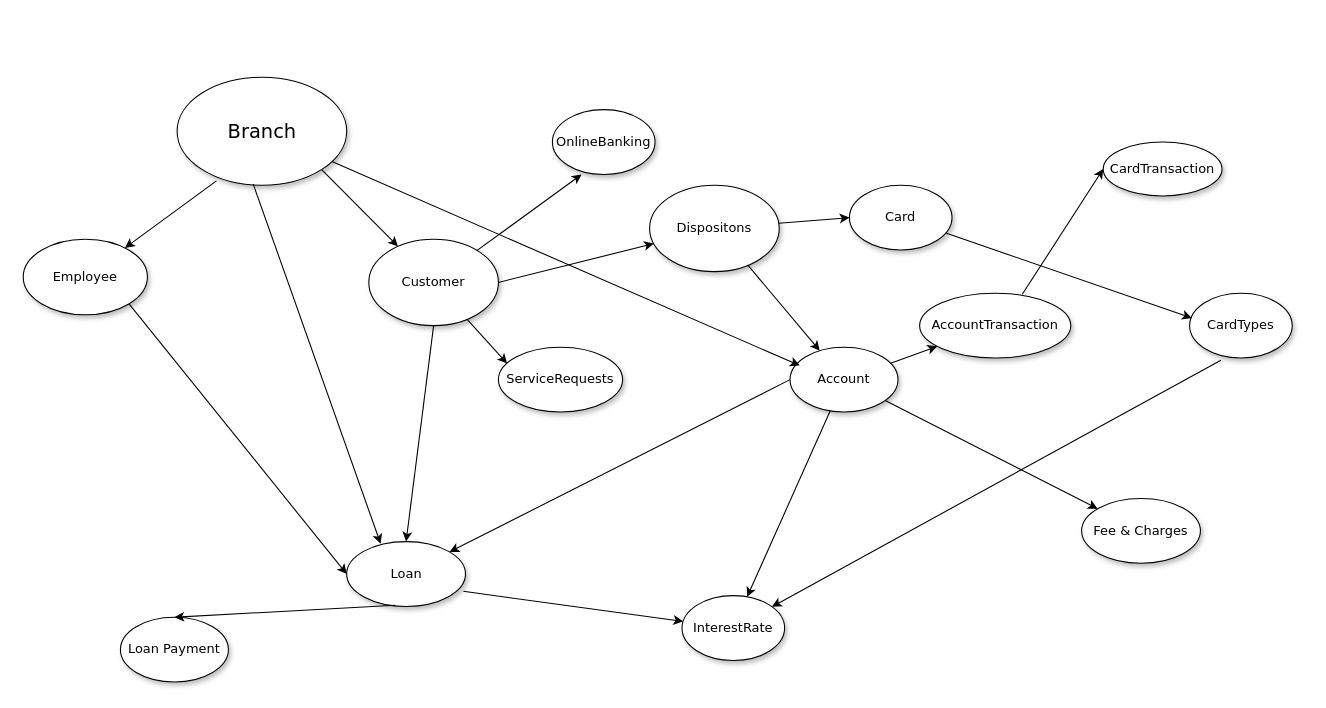
Earlier version of the draw.io diagram ConceptualERD.drawio (Battl3Junk1e/Bank-Database-Case). Source tidied: cells renumbered, new cells numbered last; positions are measured from the earlier drawing's top-left corner, leaving out a move shared by most shapes. Both pictures are drawn from the tidied source at 108%, with x=0, y=0 at pixel (23, 77).
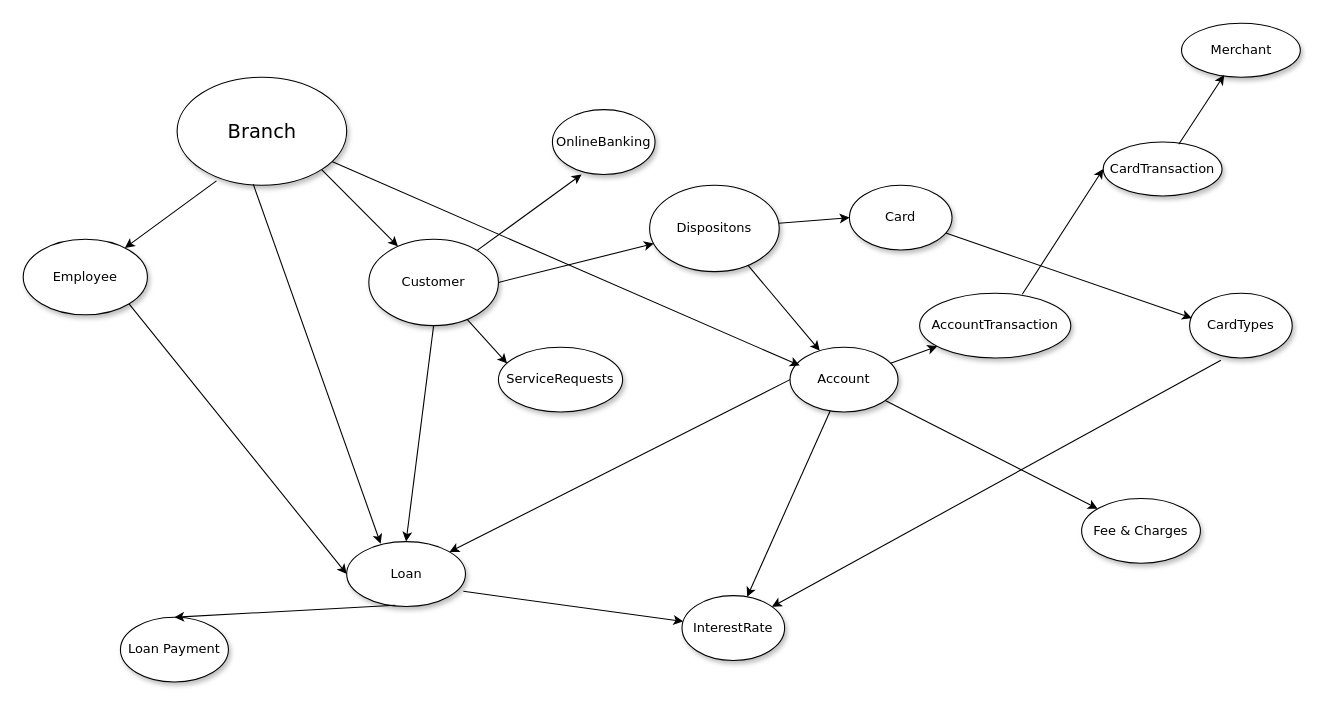
The same diagram, later.

The change refers to these unchanged cells:
```xml
<mxCell id="30" value="&lt;span&gt;CardTransaction&lt;/span&gt;" style="ellipse;whiteSpace=wrap;html=1;rounded=0;shadow=1;comic=0;labelBackgroundColor=none;strokeWidth=1;fontFamily=Verdana;fontSize=12;align=center;" parent="1" vertex="1">
  <mxGeometry x="1000" y="60" width="110" height="50" as="geometry" />
</mxCell>
```

What changed in the source:
```diff
@@
+    <mxCell id="37" value="&lt;span&gt;Merchant&lt;/span&gt;" style="ellipse;whiteSpace=wrap;html=1;rounded=0;shadow=1;comic=0;labelBackgroundColor=none;strokeWidth=1;fontFamily=Verdana;fontSize=12;align=center;" parent="1" vertex="1">
+      <mxGeometry x="1072.5" y="-50" width="110" height="50" as="geometry" />
+    </mxCell>
+    <mxCell id="38" style="endArrow=classic;html=1;rounded=0;exitX=0.636;exitY=0.04;exitDx=0;exitDy=0;exitPerimeter=0;entryX=0.359;entryY=0.96;entryDx=0;entryDy=0;entryPerimeter=0;" parent="1" edge="1" source="30" target="37">
+      <mxGeometry relative="1" as="geometry" />
+    </mxCell>
```
